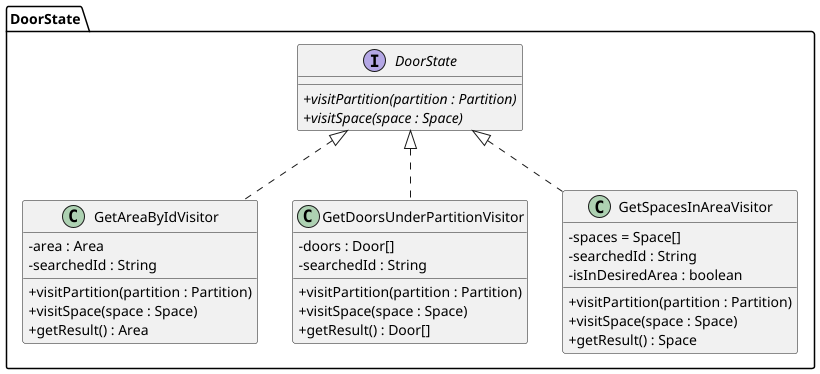
Above: src/baseNoStates/uml/package_AreaVisitors.png in PatataZezy/PracticaDS (PlantUML), before the change. The source it was exported from:
```plantuml
@startuml
skinparam classAttributeIconSize 0

package "DoorState" {
    interface "DoorState" {
        + {abstract} visitPartition(partition : Partition)
        + {abstract} visitSpace(space : Space)
    }

    class "GetAreaByIdVisitor" implements "DoorState" {
        - area : Area
        - searchedId : String
        + visitPartition(partition : Partition)
        + visitSpace(space : Space)
        + getResult() : Area
    }

    class "GetDoorsUnderPartitionVisitor" implements "DoorState" {
        - doors : Door[]
        - searchedId : String
        + visitPartition(partition : Partition)
        + visitSpace(space : Space)
        + getResult() : Door[]
    }

    class "GetSpacesInAreaVisitor" implements "DoorState" {
        - spaces = Space[]
        - searchedId : String
        - isInDesiredArea : boolean
        + visitPartition(partition : Partition)
        + visitSpace(space : Space)
        + getResult() : Space
    }
}
@enduml
```
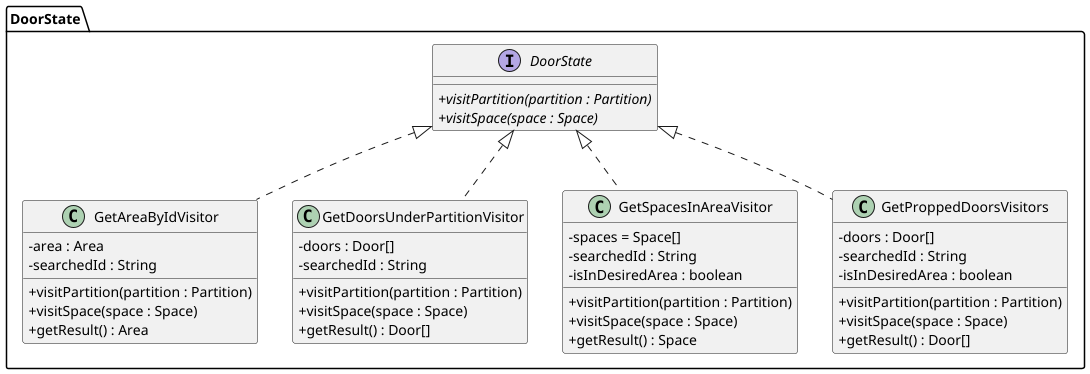
Above is the later version.

Change to the diagram source:
```diff
@@ -31,5 +31,14 @@
         + visitSpace(space : Space)
         + getResult() : Space
     }
+
+    class "GetProppedDoorsVisitors" implements "DoorState" {
+        - doors : Door[]
+        - searchedId : String
+        - isInDesiredArea : boolean
+        + visitPartition(partition : Partition)
+        + visitSpace(space : Space)
+        + getResult() : Door[]
+    }
 }
 @enduml
```
